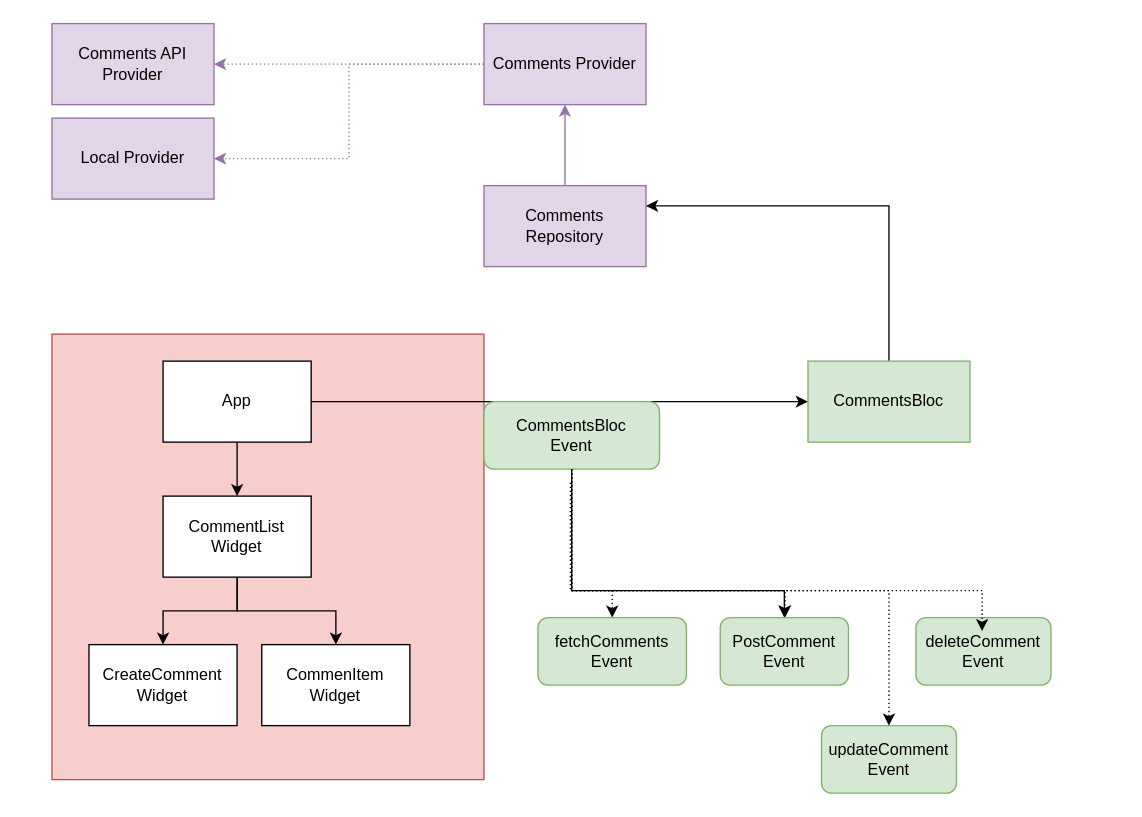
Before: arch.drawio in nribak/flutter-comments, a draw.io diagram. Source tidied: cells renumbered, new cells numbered last; positions are measured from the earlier drawing's top-left corner, leaving out a move shared by most shapes. Both pictures are drawn from the tidied source at 135%, with x=0, y=0 at pixel (51, 23).
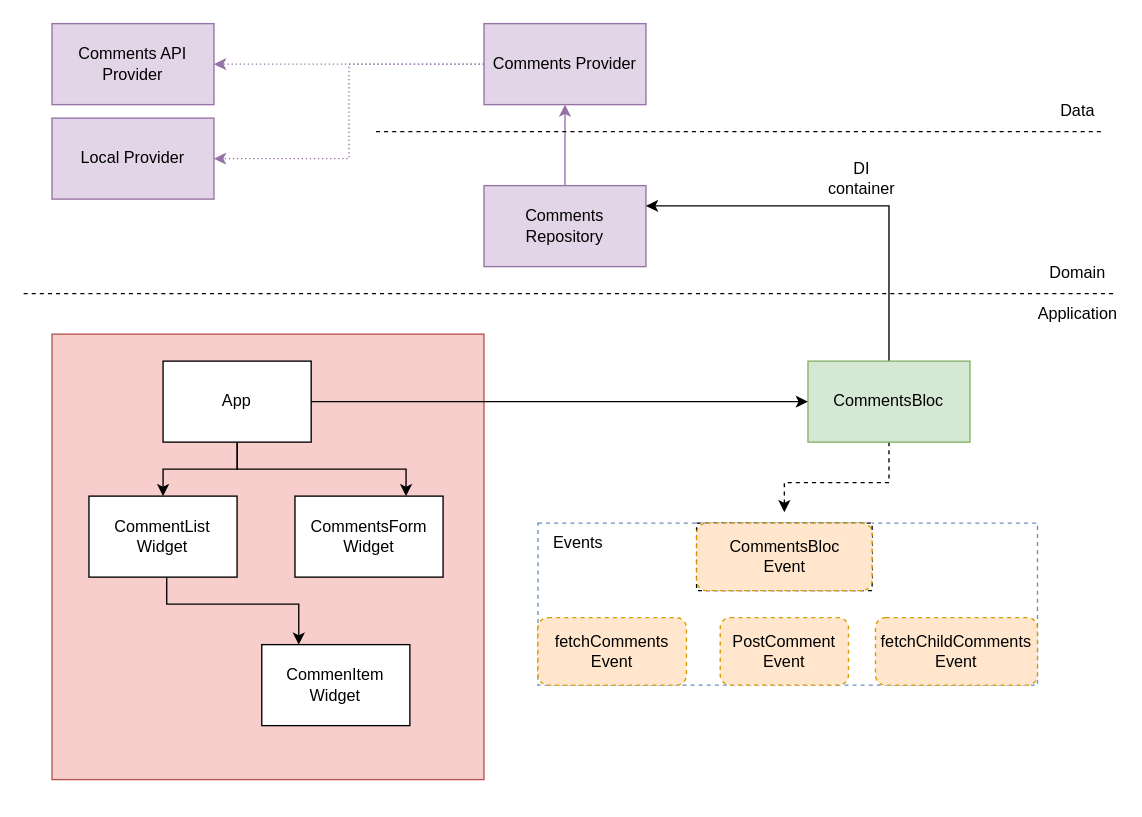
The same page after the edit.

Unchanged cells that the change refers to:
```xml
<mxCell id="2" style="group;fillColor=#f8cecc;strokeColor=#b85450;" parent="1" vertex="1">
  <mxGeometry y="230" width="320" height="330" as="geometry" />
</mxCell>
<mxCell id="4" value="CommenItem&lt;br&gt;Widget" style="rounded=0;whiteSpace=wrap;html=1;" parent="2" vertex="1">
  <mxGeometry x="155.4" y="230" width="109.7" height="60" as="geometry" />
</mxCell>
<mxCell id="6" value="App" style="rounded=0;whiteSpace=wrap;html=1;" parent="2" vertex="1">
  <mxGeometry x="82.3" y="20" width="109.7" height="60" as="geometry" />
</mxCell>
<mxCell id="18" value="CommentsBloc" style="rounded=0;whiteSpace=wrap;html=1;fillColor=#d5e8d4;strokeColor=#82b366;" parent="1" vertex="1">
  <mxGeometry x="560" y="250" width="120" height="60" as="geometry" />
</mxCell>
```

The edit, as a diff of the source:
```diff
@@
+    <mxCell id="7" style="edgeStyle=orthogonalEdgeStyle;rounded=0;jettySize=auto;html=1;entryX=0.25;entryY=0;entryDx=0;entryDy=0;" parent="2" edge="1" source="3" target="4">
+      <mxGeometry relative="1" as="geometry">
+        <Array as="points">
+          <mxPoint x="85" y="200" />
+          <mxPoint x="183" y="200" />
+        </Array>
+      </mxGeometry>
+    </mxCell>
     <mxCell id="3" value="CommentList&lt;br&gt;Widget" style="rounded=0;whiteSpace=wrap;html=1;" parent="2" vertex="1">
-      <mxGeometry x="82.3" y="120" width="109.7" height="60" as="geometry" />
+      <mxGeometry x="27.4" y="120" width="109.7" height="60" as="geometry" />
     </mxCell>
@@
-    <mxCell id="5" value="CreateComment&lt;br&gt;Widget" style="rounded=0;whiteSpace=wrap;html=1;" parent="2" vertex="1">
-      <mxGeometry x="27.4" y="230" width="109.7" height="60" as="geometry" />
-    </mxCell>
+    <mxCell id="33" style="edgeStyle=orthogonalEdgeStyle;rounded=0;jettySize=auto;html=1;entryX=0.75;entryY=0;entryDx=0;entryDy=0;" parent="2" edge="1" source="6" target="34">
+      <mxGeometry relative="1" as="geometry" />
+    </mxCell>
@@
-    <mxCell id="7" style="edgeStyle=orthogonalEdgeStyle;rounded=0;jettySize=auto;html=1;" parent="2" edge="1" source="3" target="4">
-      <mxGeometry relative="1" as="geometry" />
-    </mxCell>
-    <mxCell id="8" style="edgeStyle=orthogonalEdgeStyle;rounded=0;jettySize=auto;html=1;" parent="2" edge="1" source="3" target="5">
-      <mxGeometry relative="1" as="geometry" />
-    </mxCell>
@@
+    <mxCell id="34" value="CommentsForm&lt;br&gt;Widget" style="rounded=0;whiteSpace=wrap;html=1;" parent="2" vertex="1">
+      <mxGeometry x="180" y="120" width="109.7" height="60" as="geometry" />
+    </mxCell>
@@
+    <mxCell id="35" style="edgeStyle=orthogonalEdgeStyle;rounded=0;jettySize=auto;html=1;entryX=0.5;entryY=0;entryDx=0;entryDy=0;dashed=1;" parent="1" edge="1" source="18" target="21">
+      <mxGeometry relative="1" as="geometry" />
+    </mxCell>
@@
-    <mxCell id="19" style="group;" parent="1" vertex="1">
-      <mxGeometry x="320" y="280" width="130" height="50" as="geometry" />
-    </mxCell>
-    <mxCell id="20" style="edgeStyle=orthogonalEdgeStyle;rounded=0;jettySize=auto;html=1;entryX=0;entryY=0.5;entryDx=0;entryDy=0;" parent="19" edge="1" source="6" target="18">
-      <mxGeometry relative="1" as="geometry" />
-    </mxCell>
-    <mxCell id="21" value="CommentsBloc&lt;br&gt;Event" style="rounded=1;whiteSpace=wrap;html=1;fillColor=#d5e8d4;strokeColor=#82b366;" parent="19" vertex="1">
-      <mxGeometry width="130" height="50" as="geometry" />
-    </mxCell>
+    <mxCell id="36" style="group;strokeColor=#6c8ebf;dashed=1;perimeterSpacing=1;fillColor=none;" parent="1" vertex="1">
+      <mxGeometry x="360" y="370" width="370" height="120" as="geometry" />
+    </mxCell>
-    <mxCell id="22" style="group;" parent="1" vertex="1">
-      <mxGeometry x="330" y="290" width="130" height="50" as="geometry" />
+    <mxCell id="22" style="group;strokeColor=default;dashed=1;perimeterSpacing=8;fillColor=default;" parent="36" vertex="1">
+      <mxGeometry x="117.5" width="130" height="50" as="geometry" />
     </mxCell>
@@
-    <mxCell id="24" style="edgeStyle=orthogonalEdgeStyle;rounded=0;jettySize=auto;html=1;entryX=0.5;entryY=0;entryDx=0;entryDy=0;dashed=1;dashPattern=1 2;" parent="1" edge="1" source="21" target="28">
-      <mxGeometry relative="1" as="geometry">
-        <Array as="points">
-          <mxPoint x="385" y="420" />
-          <mxPoint x="415" y="420" />
-        </Array>
-      </mxGeometry>
-    </mxCell>
-    <mxCell id="25" style="edgeStyle=orthogonalEdgeStyle;rounded=0;jettySize=auto;html=1;entryX=0.5;entryY=0;entryDx=0;entryDy=0;" parent="1" edge="1" source="21" target="27">
-      <mxGeometry relative="1" as="geometry">
-        <Array as="points">
-          <mxPoint x="385" y="420" />
-          <mxPoint x="543" y="420" />
-        </Array>
-      </mxGeometry>
-    </mxCell>
-    <mxCell id="26" style="edgeStyle=orthogonalEdgeStyle;rounded=0;jettySize=auto;html=1;dashed=1;dashPattern=1 2;" parent="1" edge="1" source="21" target="27">
-      <mxGeometry relative="1" as="geometry">
-        <Array as="points">
-          <mxPoint x="385" y="420" />
-          <mxPoint x="543" y="420" />
-        </Array>
-      </mxGeometry>
-    </mxCell>
+    <mxCell id="21" value="CommentsBloc&lt;br&gt;Event" style="rounded=1;whiteSpace=wrap;html=1;fillColor=#ffe6cc;strokeColor=#d79b00;dashed=1;perimeterSpacing=8;" parent="22" vertex="1">
+      <mxGeometry width="130" height="50" as="geometry" />
+    </mxCell>
-    <mxCell id="27" value="PostComment&lt;br&gt;Event" style="rounded=1;whiteSpace=wrap;html=1;fillColor=#d5e8d4;strokeColor=#82b366;" parent="1" vertex="1">
-      <mxGeometry x="495" y="440" width="95" height="50" as="geometry" />
+    <mxCell id="27" value="PostComment&lt;br&gt;Event" style="rounded=1;whiteSpace=wrap;html=1;fillColor=#ffe6cc;strokeColor=#d79b00;dashed=1;perimeterSpacing=8;" parent="36" vertex="1">
+      <mxGeometry x="135" y="70" width="95" height="50" as="geometry" />
     </mxCell>
-    <mxCell id="28" value="fetchComments&lt;br&gt;Event" style="rounded=1;whiteSpace=wrap;html=1;fillColor=#d5e8d4;strokeColor=#82b366;" parent="1" vertex="1">
-      <mxGeometry x="360" y="440" width="110" height="50" as="geometry" />
+    <mxCell id="28" value="fetchComments&lt;br&gt;Event" style="rounded=1;whiteSpace=wrap;html=1;fillColor=#ffe6cc;strokeColor=#d79b00;dashed=1;perimeterSpacing=8;" parent="36" vertex="1">
+      <mxGeometry y="70" width="110" height="50" as="geometry" />
     </mxCell>
-    <mxCell id="29" value="deleteComment&lt;br&gt;Event" style="rounded=1;whiteSpace=wrap;html=1;fillColor=#d5e8d4;strokeColor=#82b366;" parent="1" vertex="1">
-      <mxGeometry x="640" y="440" width="100" height="50" as="geometry" />
-    </mxCell>
-    <mxCell id="30" value="updateComment&lt;br&gt;Event" style="rounded=1;whiteSpace=wrap;html=1;fillColor=#d5e8d4;strokeColor=#82b366;" parent="1" vertex="1">
-      <mxGeometry x="570" y="520" width="100" height="50" as="geometry" />
-    </mxCell>
-    <mxCell id="31" style="edgeStyle=orthogonalEdgeStyle;rounded=0;orthogonalLoop=1;jettySize=auto;html=1;entryX=0.5;entryY=0;entryDx=0;entryDy=0;dashed=1;dashPattern=1 2;" parent="1" edge="1">
-      <mxGeometry relative="1" as="geometry">
-        <mxPoint x="384" y="340" as="sourcePoint" />
-        <mxPoint x="689" y="450" as="targetPoint" />
-        <Array as="points">
-          <mxPoint x="384" y="420" />
-          <mxPoint x="689" y="420" />
-        </Array>
-      </mxGeometry>
-    </mxCell>
-    <mxCell id="32" style="edgeStyle=orthogonalEdgeStyle;rounded=0;jettySize=auto;html=1;entryX=0.5;entryY=0;entryDx=0;entryDy=0;dashed=1;dashPattern=1 2;" parent="1" edge="1" source="21" target="30">
-      <mxGeometry relative="1" as="geometry">
-        <Array as="points">
-          <mxPoint x="385" y="420" />
-          <mxPoint x="620" y="420" />
-        </Array>
-      </mxGeometry>
-    </mxCell>
+    <mxCell id="37" value="fetchChildComments Event" style="rounded=1;whiteSpace=wrap;html=1;fillColor=#ffe6cc;strokeColor=#d79b00;dashed=1;perimeterSpacing=8;" parent="36" vertex="1">
+      <mxGeometry x="250" y="70" width="120" height="50" as="geometry" />
+    </mxCell>
+    <mxCell id="38" value="Events" style="text;html=1;strokeColor=none;fillColor=none;align=center;verticalAlign=middle;whiteSpace=wrap;rounded=0;" parent="36" vertex="1">
+      <mxGeometry width="60" height="30" as="geometry" />
+    </mxCell>
+    <mxCell id="20" style="edgeStyle=orthogonalEdgeStyle;rounded=0;jettySize=auto;html=1;" parent="1" edge="1" source="6" target="18">
+      <mxGeometry relative="1" as="geometry" />
+    </mxCell>
+    <mxCell id="39" value="DI container" style="text;html=1;strokeColor=none;fillColor=none;align=center;verticalAlign=middle;whiteSpace=wrap;rounded=0;" parent="1" vertex="1">
+      <mxGeometry x="570" y="100" width="60" height="30" as="geometry" />
+    </mxCell>
+    <mxCell id="40" style="endArrow=none;dashed=1;html=1;rounded=0;" parent="1" edge="1">
+      <mxGeometry relative="1" as="geometry">
+        <mxPoint x="-21" y="200" as="sourcePoint" />
+        <mxPoint x="789" y="200" as="targetPoint" />
+      </mxGeometry>
+    </mxCell>
+    <mxCell id="41" value="Application" style="text;html=1;strokeColor=none;fillColor=none;align=center;verticalAlign=middle;whiteSpace=wrap;rounded=0;" parent="1" vertex="1">
+      <mxGeometry x="730" y="200" width="60" height="30" as="geometry" />
+    </mxCell>
+    <mxCell id="42" style="endArrow=none;dashed=1;html=1;rounded=0;" parent="1" edge="1">
+      <mxGeometry relative="1" as="geometry">
+        <mxPoint x="240" y="80" as="sourcePoint" />
+        <mxPoint x="780" y="80" as="targetPoint" />
+      </mxGeometry>
+    </mxCell>
+    <mxCell id="43" value="Domain" style="text;html=1;strokeColor=none;fillColor=none;align=center;verticalAlign=middle;whiteSpace=wrap;rounded=0;" parent="1" vertex="1">
+      <mxGeometry x="730" y="170" width="60" height="30" as="geometry" />
+    </mxCell>
+    <mxCell id="44" value="Data" style="text;html=1;strokeColor=none;fillColor=none;align=center;verticalAlign=middle;whiteSpace=wrap;rounded=0;" parent="1" vertex="1">
+      <mxGeometry x="730" y="50" width="60" height="30" as="geometry" />
+    </mxCell>
```
